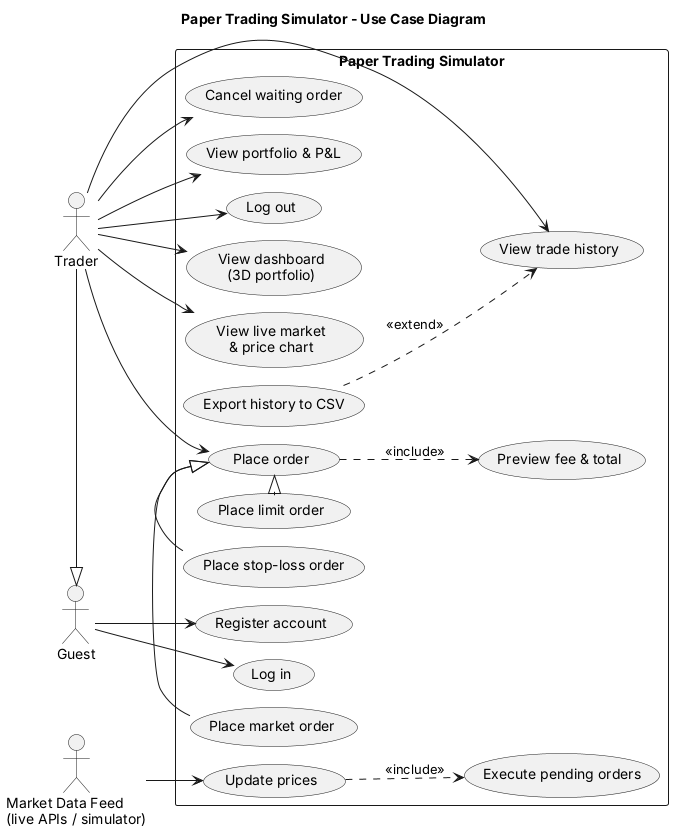
The PlantUML diagram docs/uml/use-case-diagram.png in Aarav471471/Finance-paper-trading-simulator, before a commit.
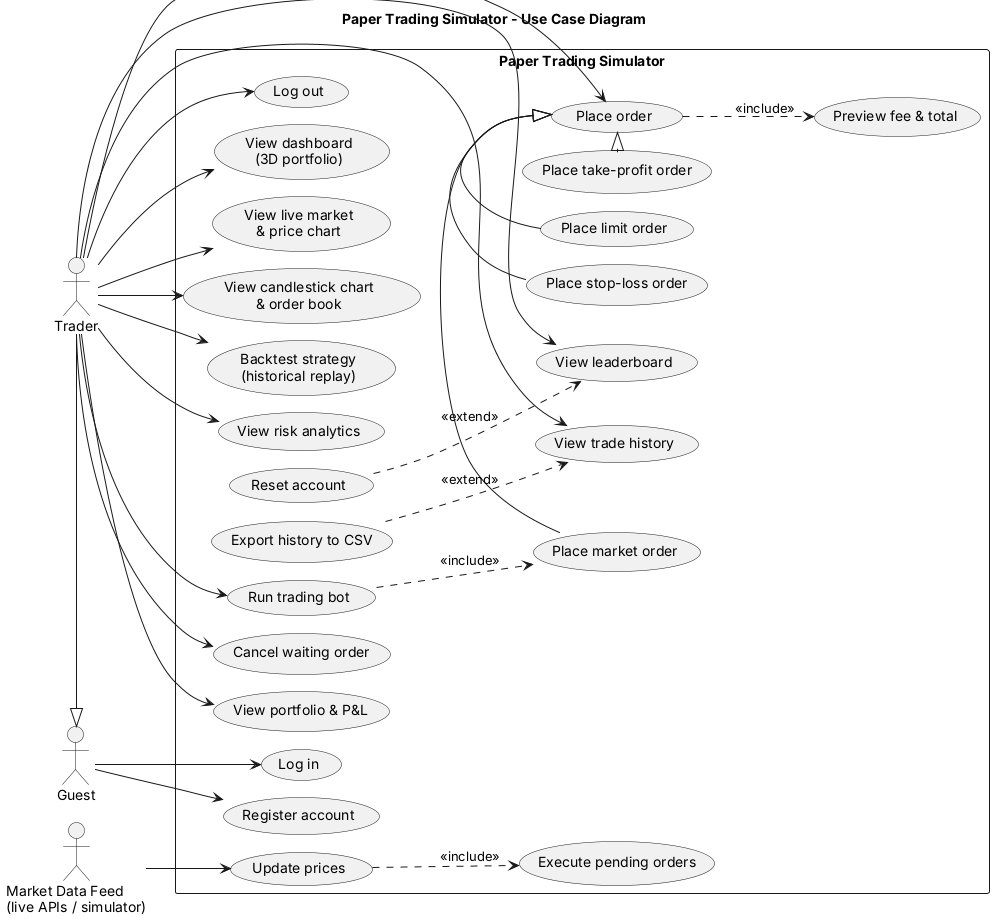
Above is the later version.

Diff of the diagram source:
```diff
@@ -17,6 +17,13 @@
   usecase "Place market order" as UC6a
   usecase "Place limit order" as UC6b
   usecase "Place stop-loss order" as UC6c
+  usecase "Place take-profit order" as UC6d
+  usecase "View candlestick chart\n& order book" as UC14
+  usecase "Backtest strategy\n(historical replay)" as UC15
+  usecase "View risk analytics" as UC16
+  usecase "Run trading bot" as UC17
+  usecase "View leaderboard" as UC18
+  usecase "Reset account" as UC19
   usecase "Preview fee & total" as UC7
   usecase "Cancel waiting order" as UC8
   usecase "View portfolio & P&L" as UC9
@@ -35,6 +42,14 @@
 Trader --> UC8
 Trader --> UC9
 Trader --> UC10
+Trader --> UC14
+Trader --> UC15
+Trader --> UC16
+Trader --> UC17
+Trader --> UC18
+UC19 ..> UC18 : <<extend>>
+UC17 ..> UC6a : <<include>>
+UC6d -|> UC6
 Clock --> UC12
 
 UC6a -|> UC6
```
